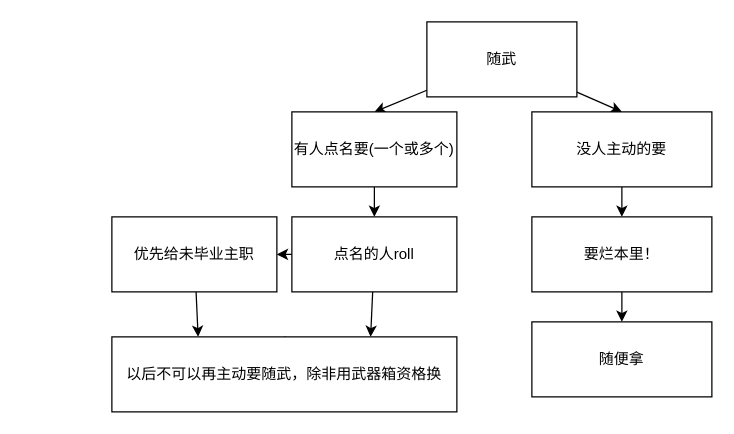
The draw.io diagram 随武.drawio in Souma-Sumire/my-draw-io, before the edit. Source tidied: cells renumbered, new cells numbered last; positions are measured from the earlier drawing's top-left corner, leaving out a move shared by most shapes. Both pictures are drawn from the tidied source at 125%, with x=0, y=0 at pixel (111, 21).
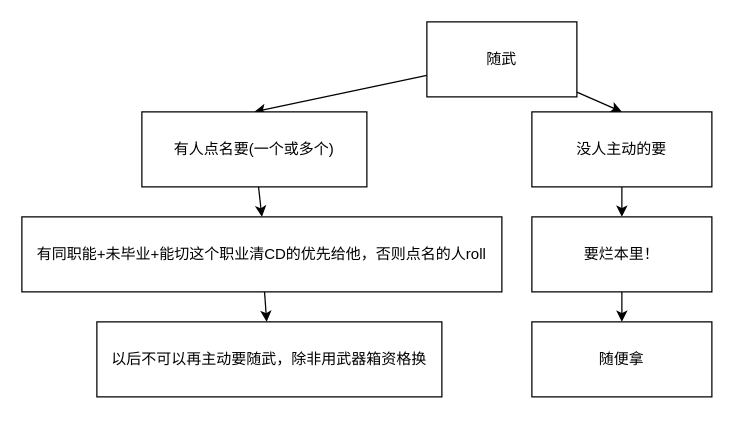
The same page after the edit.

Diff of the diagram source:
```diff
@@
 <mxGraphModel>
   <root>
     <mxCell id="0" />
     <mxCell id="1" parent="0" />
     <mxCell id="2" style="edgeStyle=none;html=1;entryX=0.5;entryY=0;entryDx=0;entryDy=0;" parent="1" edge="1" source="4" target="6">
       <mxGeometry relative="1" as="geometry" />
     </mxCell>
     <mxCell id="3" style="edgeStyle=none;html=1;entryX=0.5;entryY=0;entryDx=0;entryDy=0;" parent="1" edge="1" source="4" target="8">
       <mxGeometry relative="1" as="geometry" />
     </mxCell>
     <mxCell id="4" value="随武" style="rounded=0;whiteSpace=wrap;html=1;" parent="1" vertex="1">
       <mxGeometry x="252" width="120" height="60" as="geometry" />
     </mxCell>
-    <mxCell id="5" style="edgeStyle=none;html=1;entryX=0.5;entryY=0;entryDx=0;entryDy=0;" parent="1" edge="1" source="6" target="11">
-      <mxGeometry relative="1" as="geometry" />
-    </mxCell>
+    <mxCell id="19" style="edgeStyle=none;html=1;entryX=0.5;entryY=0;entryDx=0;entryDy=0;" parent="1" edge="1" source="6" target="15">
+      <mxGeometry relative="1" as="geometry" />
+    </mxCell>
     <mxCell id="6" value="有人点名要(一个或多个)" style="rounded=0;whiteSpace=wrap;html=1;" parent="1" vertex="1">
-      <mxGeometry x="144" y="72" width="132" height="60" as="geometry" />
+      <mxGeometry x="24" y="72" width="180" height="60" as="geometry" />
     </mxCell>
     <mxCell id="7" style="edgeStyle=none;html=1;entryX=0.5;entryY=0;entryDx=0;entryDy=0;" parent="1" edge="1" source="8" target="17">
       <mxGeometry relative="1" as="geometry" />
     </mxCell>
     <mxCell id="8" value="没人主动的要" style="rounded=0;whiteSpace=wrap;html=1;glass=0;shadow=0;" parent="1" vertex="1">
       <mxGeometry x="336" y="72" width="144" height="60" as="geometry" />
     </mxCell>
-    <mxCell id="9" style="edgeStyle=none;html=1;" parent="1" edge="1" source="11" target="15">
-      <mxGeometry relative="1" as="geometry" />
-    </mxCell>
-    <mxCell id="10" style="edgeStyle=none;html=1;entryX=0.75;entryY=0;entryDx=0;entryDy=0;" parent="1" edge="1" source="11" target="13">
-      <mxGeometry relative="1" as="geometry" />
-    </mxCell>
-    <mxCell id="11" value="点名的人roll" style="rounded=0;whiteSpace=wrap;html=1;" parent="1" vertex="1">
-      <mxGeometry x="144" y="156" width="132" height="60" as="geometry" />
-    </mxCell>
     <mxCell id="12" style="edgeStyle=none;html=1;exitX=0.5;exitY=0;exitDx=0;exitDy=0;" parent="1" edge="1" source="13">
       <mxGeometry relative="1" as="geometry">
         <mxPoint x="164" y="261" as="targetPoint" />
       </mxGeometry>
     </mxCell>
     <mxCell id="13" value="以后不可以再主动要随武，除非用武器箱资格换" style="rounded=0;whiteSpace=wrap;html=1;" parent="1" vertex="1">
-      <mxGeometry y="252" width="276" height="60" as="geometry" />
+      <mxGeometry x="-12" y="240" width="276" height="60" as="geometry" />
     </mxCell>
-    <mxCell id="14" style="edgeStyle=none;html=1;entryX=0.25;entryY=0;entryDx=0;entryDy=0;" parent="1" edge="1" source="15" target="13">
+    <mxCell id="14" style="edgeStyle=none;html=1;" parent="1" edge="1" source="15" target="13">
       <mxGeometry relative="1" as="geometry" />
     </mxCell>
-    <mxCell id="15" value="优先给未毕业主职" style="rounded=0;whiteSpace=wrap;html=1;" parent="1" vertex="1">
-      <mxGeometry y="156" width="132" height="60" as="geometry" />
+    <mxCell id="15" value="有同职能+未毕业+能切这个职业清CD的优先给他，否则点名的人roll" style="rounded=0;whiteSpace=wrap;html=1;" parent="1" vertex="1">
+      <mxGeometry x="-72" y="156" width="384" height="60" as="geometry" />
     </mxCell>
     <mxCell id="16" style="edgeStyle=none;html=1;entryX=0.5;entryY=0;entryDx=0;entryDy=0;fontSize=34;" parent="1" edge="1" source="17" target="18">
       <mxGeometry relative="1" as="geometry" />
     </mxCell>
     <mxCell id="17" value="要烂本里！" style="rounded=0;whiteSpace=wrap;html=1;glass=0;shadow=0;strokeWidth=1;" parent="1" vertex="1">
       <mxGeometry x="336" y="156" width="144" height="60" as="geometry" />
     </mxCell>
     <mxCell id="18" value="随便拿" style="rounded=0;whiteSpace=wrap;html=1;glass=0;shadow=0;strokeWidth=1;" parent="1" vertex="1">
       <mxGeometry x="336" y="240" width="144" height="60" as="geometry" />
     </mxCell>
   </root>
 </mxGraphModel>
```
